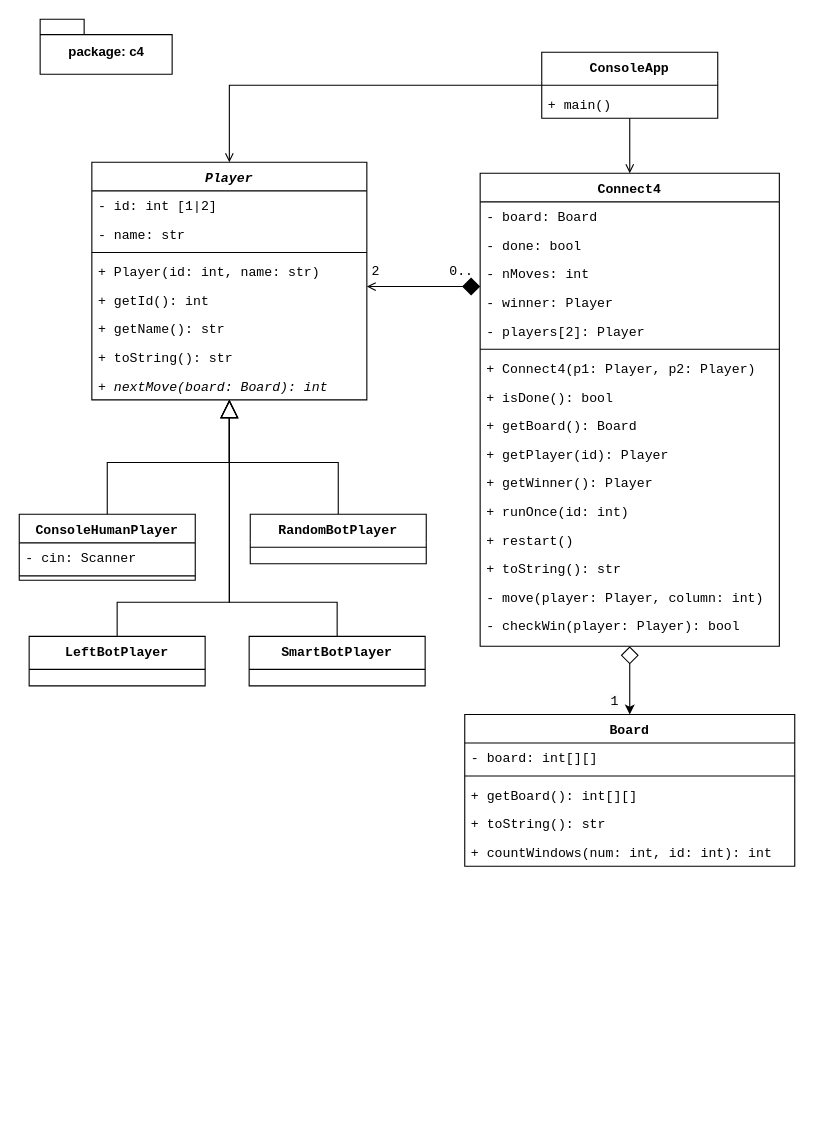
Before: u06/tarea_c4/doc/c4_v2_diagram.drawio in fran-sc/prog-1920, a draw.io diagram. Source tidied: cells renumbered, new cells numbered last; positions are measured from the earlier drawing's top-left corner, leaving out a move shared by most shapes. Both pictures are drawn from the tidied source at 110%, with x=0, y=0 at pixel (19, 19).
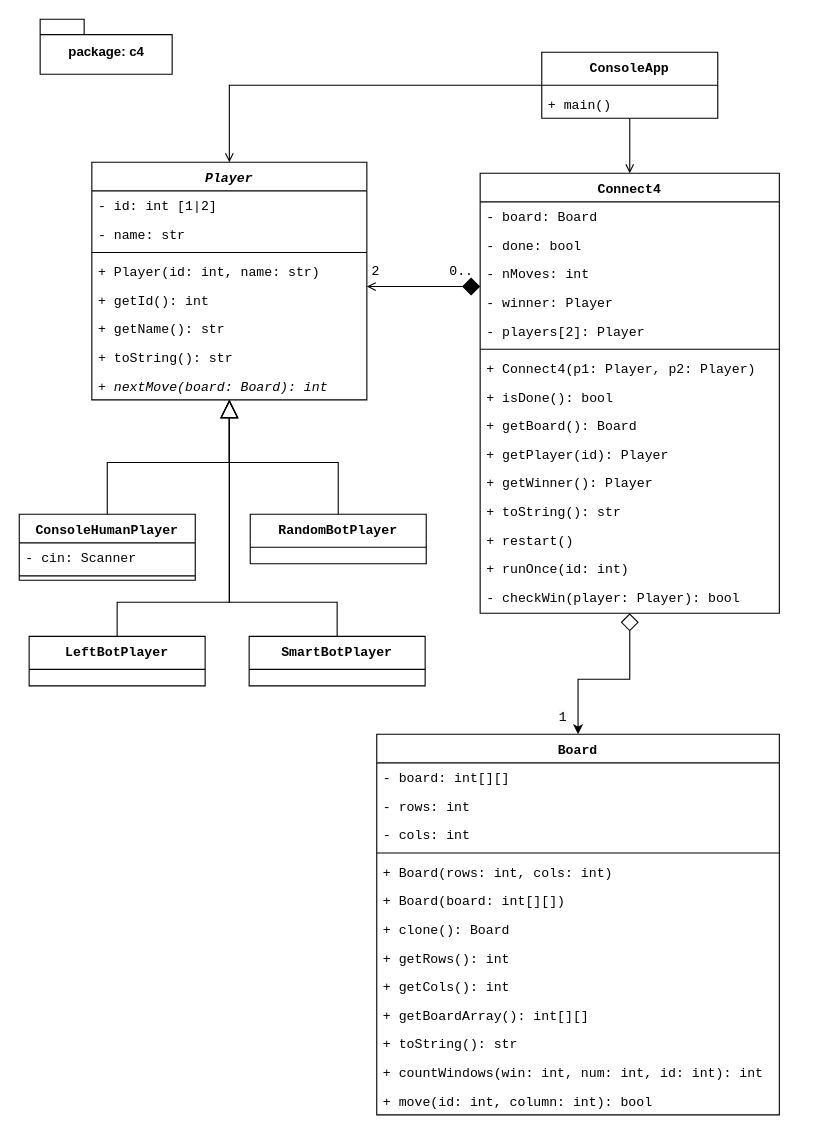
The same page after the edit.

What changed in the source:
```diff
@@
     <mxCell id="14" value="Connect4" style="swimlane;fontStyle=1;align=center;verticalAlign=top;horizontal=1;startSize=26;rounded=0;shadow=0;strokeWidth=1;fontFamily=Courier New;" parent="1" vertex="1">
-      <mxGeometry x="419" y="140" width="272" height="430" as="geometry" />
+      <mxGeometry x="419" y="140" width="272" height="400" as="geometry" />
     </mxCell>
@@
+    <mxCell id="28" value="+ toString(): str" style="text;align=left;verticalAlign=top;spacingLeft=4;spacingRight=4;overflow=hidden;fontFamily=Courier New;" parent="14" vertex="1">
+      <mxGeometry y="294" width="272" height="26" as="geometry" />
+    </mxCell>
+    <mxCell id="27" value="+ restart()" style="text;align=left;verticalAlign=top;spacingLeft=4;spacingRight=4;overflow=hidden;fontFamily=Courier New;" parent="14" vertex="1">
+      <mxGeometry y="320" width="272" height="26" as="geometry" />
+    </mxCell>
     <mxCell id="26" value="+ runOnce(id: int)" style="text;align=left;verticalAlign=top;spacingLeft=4;spacingRight=4;overflow=hidden;fontFamily=Courier New;" parent="14" vertex="1">
-      <mxGeometry y="294" width="272" height="26" as="geometry" />
+      <mxGeometry y="346" width="272" height="26" as="geometry" />
     </mxCell>
-    <mxCell id="27" value="+ restart()" style="text;align=left;verticalAlign=top;spacingLeft=4;spacingRight=4;overflow=hidden;fontFamily=Courier New;" parent="14" vertex="1">
-      <mxGeometry y="320" width="272" height="26" as="geometry" />
-    </mxCell>
-    <mxCell id="28" value="+ toString(): str" style="text;align=left;verticalAlign=top;spacingLeft=4;spacingRight=4;overflow=hidden;fontFamily=Courier New;" parent="14" vertex="1">
-      <mxGeometry y="346" width="272" height="26" as="geometry" />
-    </mxCell>
-    <mxCell id="29" value="- move(player: Player, column: int)" style="text;align=left;verticalAlign=top;spacingLeft=4;spacingRight=4;overflow=hidden;fontFamily=Courier New;" parent="14" vertex="1">
-      <mxGeometry y="372" width="272" height="26" as="geometry" />
-    </mxCell>
     <mxCell id="30" value="- checkWin(player: Player): bool" style="text;align=left;verticalAlign=top;spacingLeft=4;spacingRight=4;overflow=hidden;fontFamily=Courier New;" parent="14" vertex="1">
-      <mxGeometry y="398" width="272" height="26" as="geometry" />
+      <mxGeometry y="372" width="272" height="26" as="geometry" />
     </mxCell>
@@
     <mxCell id="47" value="Board" style="swimlane;fontStyle=1;align=center;verticalAlign=top;horizontal=1;startSize=26;rounded=0;shadow=0;strokeWidth=1;swimlaneLine=1;fontFamily=Courier New;" parent="1" vertex="1">
-      <mxGeometry x="405" y="632" width="300" height="138" as="geometry" />
+      <mxGeometry x="325" y="650" width="366" height="346" as="geometry" />
     </mxCell>
     <mxCell id="48" value="- board: int[][]" style="text;align=left;verticalAlign=top;spacingLeft=4;spacingRight=4;overflow=hidden;fontFamily=Courier New;" parent="47" vertex="1">
-      <mxGeometry y="26" width="300" height="26" as="geometry" />
+      <mxGeometry y="26" width="366" height="26" as="geometry" />
     </mxCell>
+    <mxCell id="58" value="- rows: int" style="text;align=left;verticalAlign=top;spacingLeft=4;spacingRight=4;overflow=hidden;fontFamily=Courier New;" parent="47" vertex="1">
+      <mxGeometry y="52" width="366" height="26" as="geometry" />
+    </mxCell>
+    <mxCell id="59" value="- cols: int" style="text;align=left;verticalAlign=top;spacingLeft=4;spacingRight=4;overflow=hidden;fontFamily=Courier New;" parent="47" vertex="1">
+      <mxGeometry y="78" width="366" height="26" as="geometry" />
+    </mxCell>
     <mxCell id="49" style="line;html=1;strokeWidth=1;align=left;verticalAlign=middle;spacingTop=-1;spacingLeft=3;spacingRight=3;labelPosition=right;fontFamily=Courier New;" parent="47" vertex="1">
-      <mxGeometry y="52" width="300" height="8" as="geometry" />
+      <mxGeometry y="104" width="366" height="8" as="geometry" />
     </mxCell>
-    <mxCell id="50" value="+ getBoard(): int[][]" style="text;align=left;verticalAlign=top;spacingLeft=4;spacingRight=4;overflow=hidden;fontFamily=Courier New;" parent="47" vertex="1">
-      <mxGeometry y="60" width="300" height="26" as="geometry" />
+    <mxCell id="50" value="+ Board(rows: int, cols: int)" style="text;align=left;verticalAlign=top;spacingLeft=4;spacingRight=4;overflow=hidden;fontFamily=Courier New;" parent="47" vertex="1">
+      <mxGeometry y="112" width="366" height="26" as="geometry" />
     </mxCell>
+    <mxCell id="60" value="+ Board(board: int[][])" style="text;align=left;verticalAlign=top;spacingLeft=4;spacingRight=4;overflow=hidden;fontFamily=Courier New;" parent="47" vertex="1">
+      <mxGeometry y="138" width="366" height="26" as="geometry" />
+    </mxCell>
+    <mxCell id="61" value="+ clone(): Board" style="text;align=left;verticalAlign=top;spacingLeft=4;spacingRight=4;overflow=hidden;fontFamily=Courier New;" parent="47" vertex="1">
+      <mxGeometry y="164" width="366" height="26" as="geometry" />
+    </mxCell>
+    <mxCell id="62" value="+ getRows(): int" style="text;align=left;verticalAlign=top;spacingLeft=4;spacingRight=4;overflow=hidden;fontFamily=Courier New;" parent="47" vertex="1">
+      <mxGeometry y="190" width="366" height="26" as="geometry" />
+    </mxCell>
+    <mxCell id="63" value="+ getCols(): int" style="text;align=left;verticalAlign=top;spacingLeft=4;spacingRight=4;overflow=hidden;fontFamily=Courier New;" parent="47" vertex="1">
+      <mxGeometry y="216" width="366" height="26" as="geometry" />
+    </mxCell>
+    <mxCell id="64" value="+ getBoardArray(): int[][]" style="text;align=left;verticalAlign=top;spacingLeft=4;spacingRight=4;overflow=hidden;fontFamily=Courier New;" parent="47" vertex="1">
+      <mxGeometry y="242" width="366" height="26" as="geometry" />
+    </mxCell>
     <mxCell id="51" value="+ toString(): str" style="text;align=left;verticalAlign=top;spacingLeft=4;spacingRight=4;overflow=hidden;fontFamily=Courier New;" parent="47" vertex="1">
-      <mxGeometry y="86" width="300" height="26" as="geometry" />
+      <mxGeometry y="268" width="366" height="26" as="geometry" />
     </mxCell>
-    <mxCell id="52" value="+ countWindows(num: int, id: int): int" style="text;align=left;verticalAlign=top;spacingLeft=4;spacingRight=4;overflow=hidden;fontFamily=Courier New;" parent="47" vertex="1">
-      <mxGeometry y="112" width="300" height="26" as="geometry" />
+    <mxCell id="52" value="+ countWindows(win: int, num: int, id: int): int" style="text;align=left;verticalAlign=top;spacingLeft=4;spacingRight=4;overflow=hidden;fontFamily=Courier New;" parent="47" vertex="1">
+      <mxGeometry y="294" width="366" height="26" as="geometry" />
     </mxCell>
+    <mxCell id="65" value="+ move(id: int, column: int): bool" style="text;align=left;verticalAlign=top;spacingLeft=4;spacingRight=4;overflow=hidden;fontFamily=Courier New;" parent="47" vertex="1">
+      <mxGeometry y="320" width="366" height="26" as="geometry" />
+    </mxCell>
     <mxCell id="53" value="&lt;span style=&quot;color: rgb(0, 0, 0); font-family: &amp;quot;courier new&amp;quot;; font-size: 12px; font-style: normal; font-weight: 400; letter-spacing: normal; text-align: right; text-indent: 0px; text-transform: none; word-spacing: 0px; background-color: rgb(248, 249, 250); display: inline; float: none;&quot;&gt;1&lt;/span&gt;" style="text;whiteSpace=wrap;html=1;" parent="1" vertex="1">
-      <mxGeometry x="536" y="606" width="10" height="20" as="geometry" />
+      <mxGeometry x="489" y="620" width="10" height="20" as="geometry" />
     </mxCell>
```
